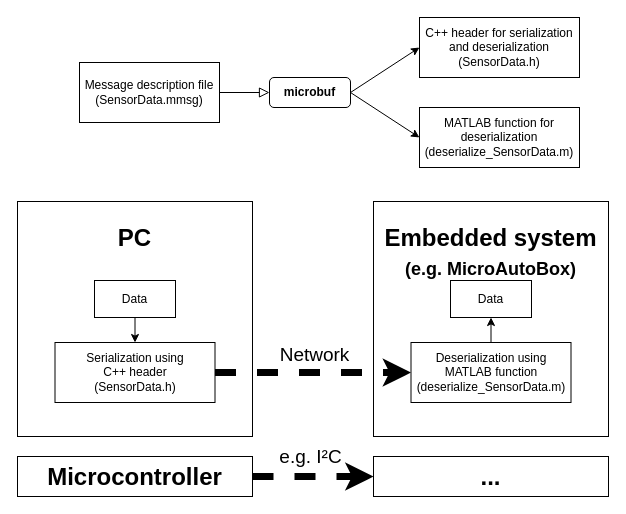
Earlier version of the draw.io diagram examples/microbuf-principle.drawio (nspo/microbuf). Source tidied: cells renumbered, new cells numbered last; positions are measured from the earlier drawing's top-left corner, leaving out a move shared by most shapes. Both pictures are drawn from the tidied source at 100%, with x=0, y=0 at pixel (17, 17).
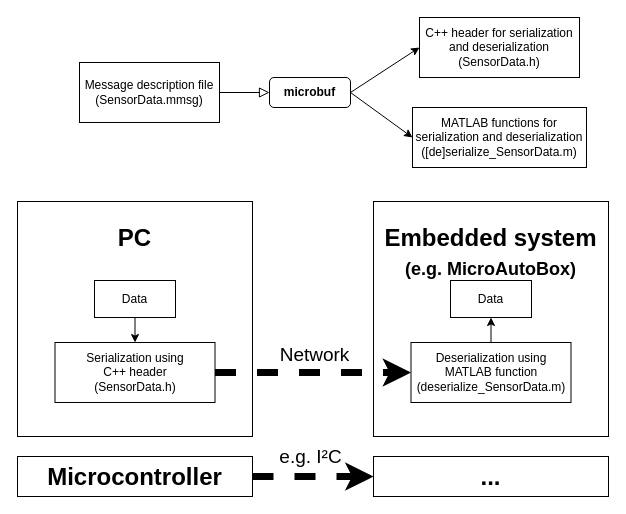
The same diagram, later.

The edit, as a diff of the source:
```diff
@@
-    <mxCell id="7" value="&lt;div&gt;MATLAB function for deserialization&lt;/div&gt;&lt;div&gt;(deserialize_SensorData.m)&lt;br&gt;&lt;/div&gt;" style="rounded=0;whiteSpace=wrap;html=1;" parent="1" vertex="1">
-      <mxGeometry x="402" y="90" width="160" height="60" as="geometry" />
+    <mxCell id="7" value="&lt;div&gt;MATLAB functions for serialization and deserialization&lt;/div&gt;&lt;div&gt;([de]serialize_SensorData.m)&lt;br&gt;&lt;/div&gt;" style="rounded=0;whiteSpace=wrap;html=1;" parent="1" vertex="1">
+      <mxGeometry x="395" y="90" width="174" height="60" as="geometry" />
     </mxCell>
```
